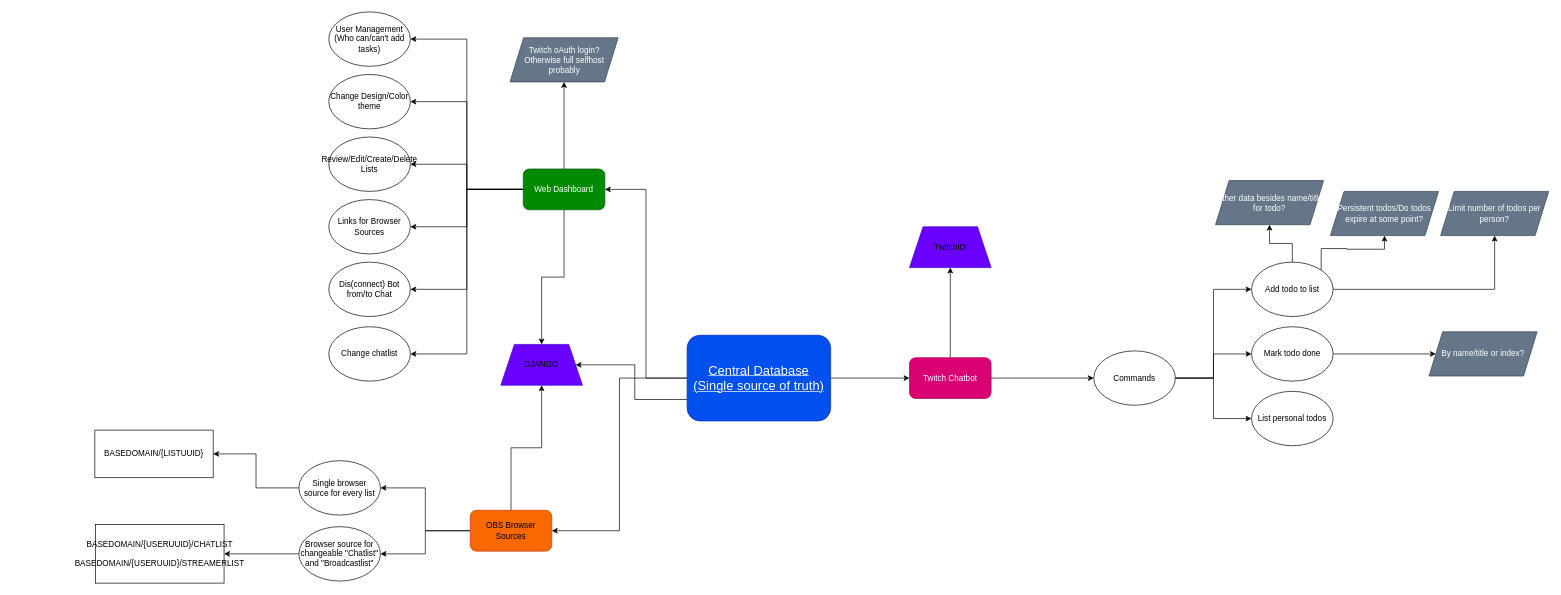
The draw.io diagram page "Basic Plan Flowchart" (1 of 2) of CollabTodo.drawio in Jooannee/Stream-ToDos, before the edit. Source tidied: cells renumbered, new cells numbered last; positions are measured from the earlier drawing's top-left corner, leaving out a move shared by most shapes. Both pictures are drawn from the tidied source at 68%, with x=0, y=0 at pixel (95, 12).
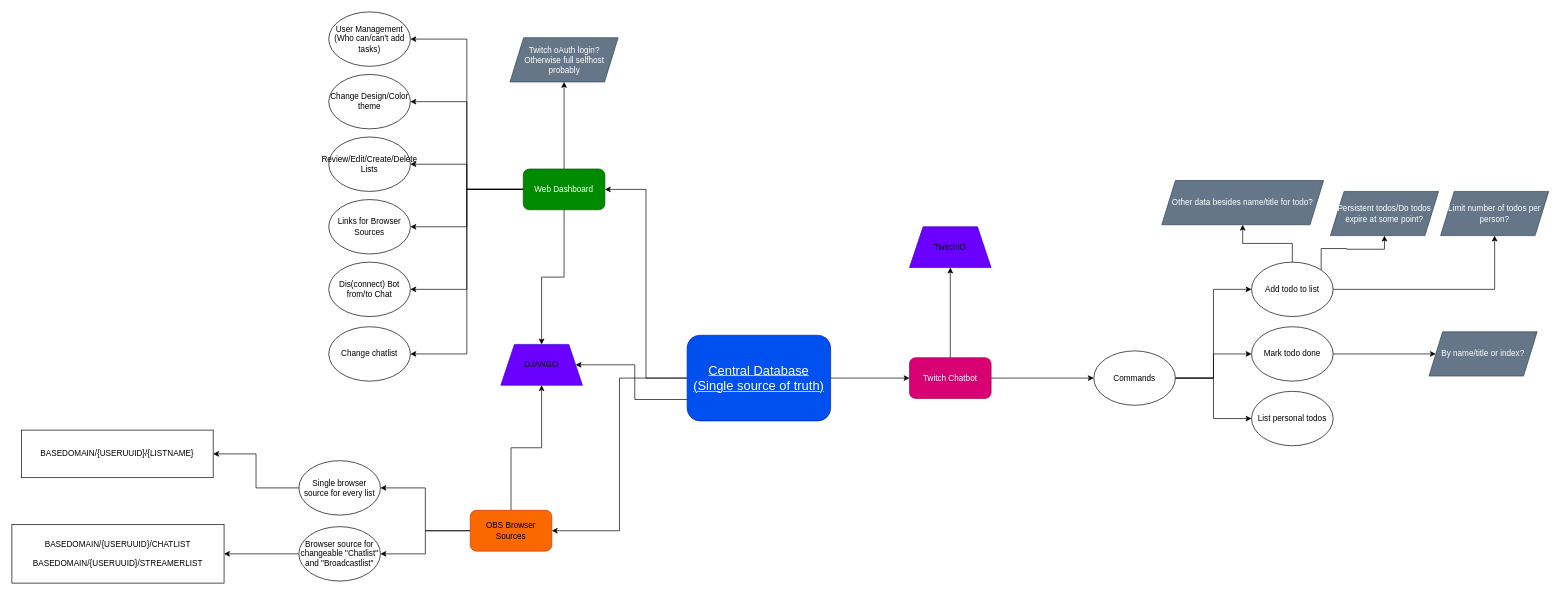
After the change.

What changed in the source:
```diff
@@
     <mxCell id="43" value="Other data besides name/title for todo?" style="shape=parallelogram;perimeter=parallelogramPerimeter;whiteSpace=wrap;html=1;fixedSize=1;fillColor=#647687;fontColor=#ffffff;strokeColor=#314354;" parent="1" vertex="1">
-      <mxGeometry x="1648" y="248" width="159" height="65" as="geometry" />
+      <mxGeometry x="1569" y="248" width="238" height="65" as="geometry" />
     </mxCell>
@@
-    <mxCell id="51" value="BASEDOMAIN/{LISTUUID}" style="rounded=0;whiteSpace=wrap;html=1;" parent="1" vertex="1">
-      <mxGeometry y="615" width="174" height="70" as="geometry" />
+    <mxCell id="51" value="BASEDOMAIN/{USERUUID}/{LISTNAME}" style="rounded=0;whiteSpace=wrap;html=1;" parent="1" vertex="1">
+      <mxGeometry x="-108" y="615" width="282" height="70" as="geometry" />
     </mxCell>
     <mxCell id="52" value="&lt;div&gt;BASEDOMAIN/{USERUUID}/CHATLIST&lt;/div&gt;&lt;div&gt;&lt;br&gt;&lt;/div&gt;&lt;div&gt;BASEDOMAIN/{USERUUID}/STREAMERLIST&lt;/div&gt;" style="rounded=0;whiteSpace=wrap;html=1;" parent="1" vertex="1">
-      <mxGeometry x="1" y="754" width="189" height="86" as="geometry" />
+      <mxGeometry x="-122" y="754" width="312" height="86" as="geometry" />
     </mxCell>
```
